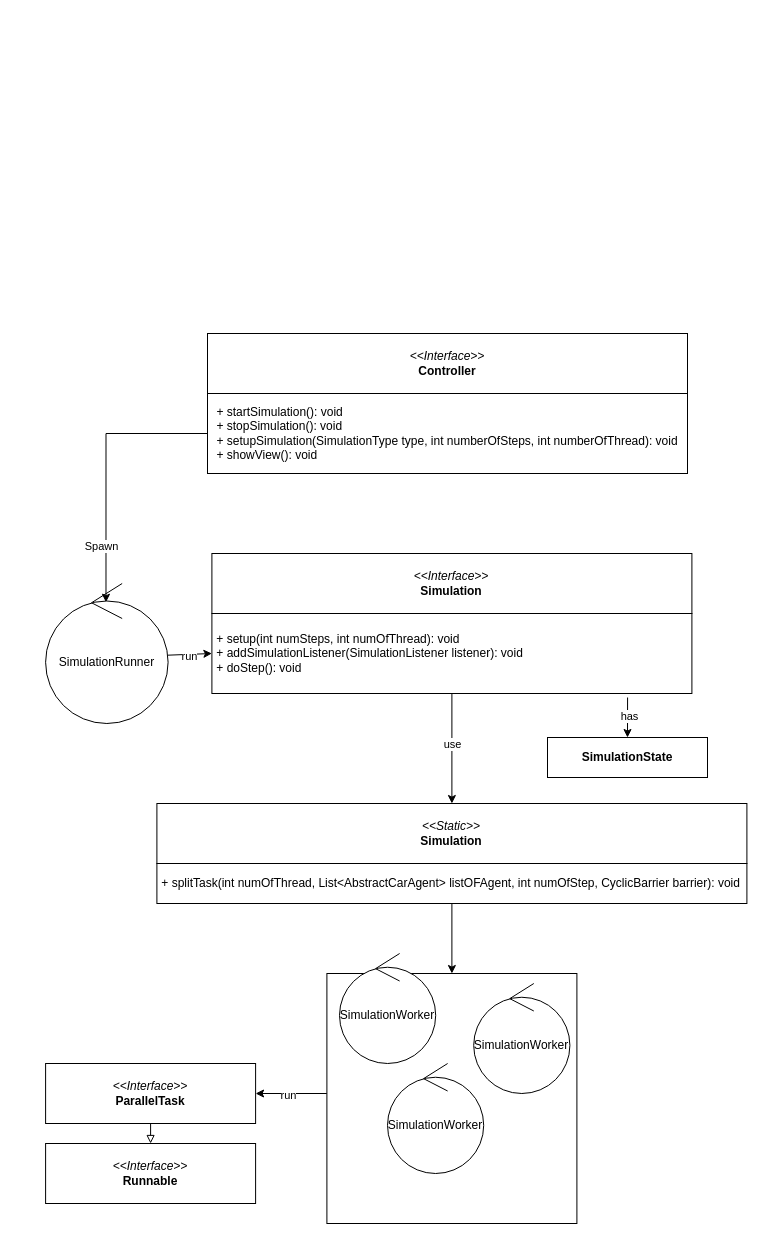
Before: PCD_ASS01.drawio in zucchero-sintattico/PCD-ASS02-23-24, a draw.io diagram. Source tidied: cells renumbered, new cells numbered last; positions are measured from the earlier drawing's top-left corner, leaving out a move shared by most shapes. Both pictures are drawn from the tidied source at 100%, with x=0, y=0 at pixel (45, 333).
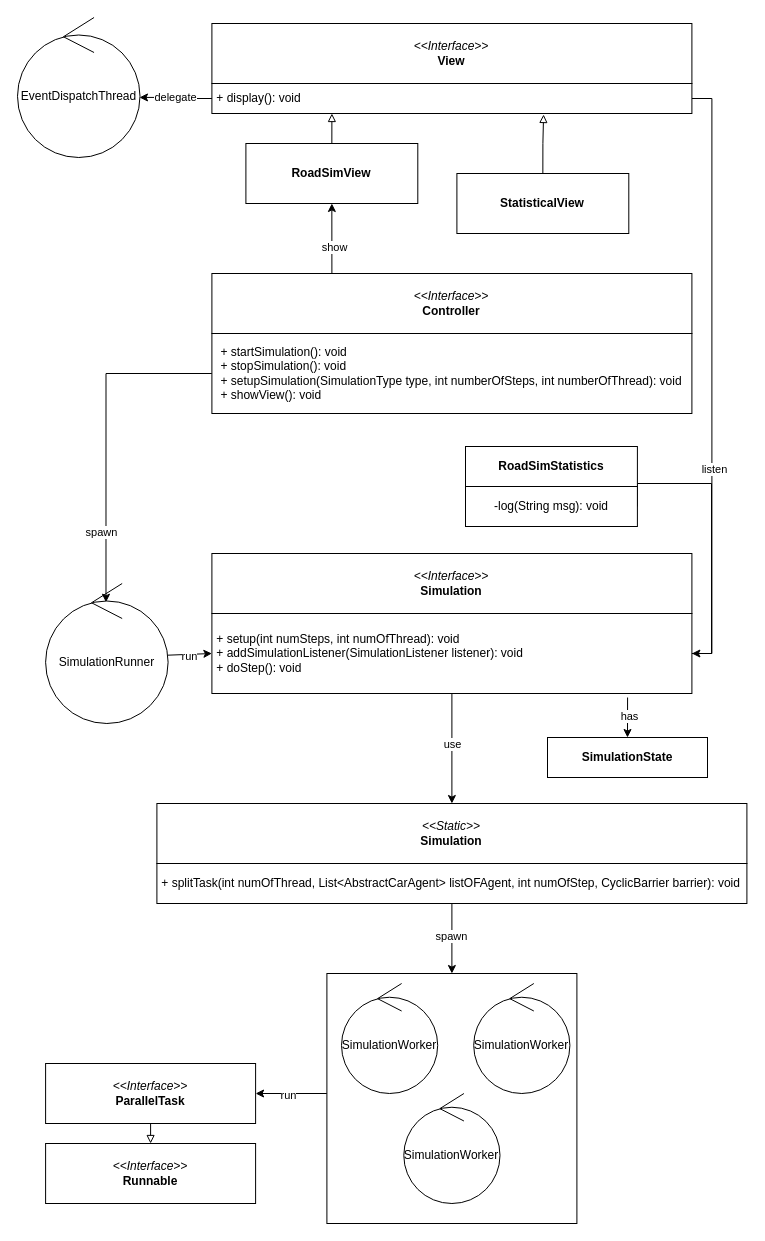
The same diagram, later.

Unchanged cells that the change refers to:
```xml
<mxCell id="3" style="edgeStyle=orthogonalEdgeStyle;rounded=0;jettySize=auto;html=1;entryX=0.493;entryY=0.134;entryDx=0;entryDy=0;entryPerimeter=0;" parent="1" edge="1" source="5" target="6">
  <mxGeometry relative="1" as="geometry" />
</mxCell>
<mxCell id="14" value="&lt;div style=&quot;&quot;&gt;&amp;nbsp;+ setup(int numSteps, int numOfThread): void&lt;br&gt;&lt;/div&gt;&lt;div style=&quot;&quot;&gt;&lt;div style=&quot;&quot;&gt;&amp;nbsp;+ addSimulationListener(SimulationListener listener): void&lt;/div&gt;&lt;div style=&quot;&quot;&gt;&lt;span style=&quot;background-color: initial;&quot;&gt;&amp;nbsp;+ doStep(): void&lt;/span&gt;&lt;br&gt;&lt;/div&gt;&lt;/div&gt;" style="rounded=0;whiteSpace=wrap;html=1;align=left;" parent="1" vertex="1">
  <mxGeometry x="166.4" y="280" width="480" height="80" as="geometry" />
</mxCell>
<mxCell id="17" style="rounded=0;jettySize=auto;html=1;exitX=0.5;exitY=1;exitDx=0;exitDy=0;entryX=0.5;entryY=0;entryDx=0;entryDy=0;" parent="1" edge="1" source="16" target="21">
  <mxGeometry relative="1" as="geometry" />
</mxCell>
```

What changed in the source:
```diff
@@
+    <mxCell id="29" style="edgeStyle=orthogonalEdgeStyle;rounded=0;jettySize=auto;html=1;exitX=0.25;exitY=0;exitDx=0;exitDy=0;entryX=0.5;entryY=1;entryDx=0;entryDy=0;" parent="1" edge="1" source="2" target="37">
+      <mxGeometry relative="1" as="geometry" />
+    </mxCell>
+    <mxCell id="30" value="show" style="edgeLabel;html=1;align=center;verticalAlign=middle;" parent="29" vertex="1">
+      <mxGeometry x="-0.26" y="-2" relative="1" as="geometry" />
+    </mxCell>
     <mxCell id="2" value="&lt;i&gt;&amp;lt;&amp;lt;Interface&amp;gt;&amp;gt;&lt;/i&gt;&lt;div&gt;&lt;b&gt;Controller&lt;/b&gt;&lt;/div&gt;" style="rounded=0;whiteSpace=wrap;html=1;" parent="1" vertex="1">
-      <mxGeometry x="162" width="480" height="60" as="geometry" />
+      <mxGeometry x="166.4" y="-60" width="480" height="60" as="geometry" />
     </mxCell>
@@
-    <mxCell id="4" value="Spawn" style="edgeLabel;html=1;align=center;verticalAlign=middle;" parent="3" vertex="1">
+    <mxCell id="4" value="spawn" style="edgeLabel;html=1;align=center;verticalAlign=middle;" parent="3" vertex="1">
       <mxGeometry x="0.58" y="-5" relative="1" as="geometry" />
     </mxCell>
     <mxCell id="5" value="&lt;div style=&quot;text-align: left;&quot;&gt;+ startSimulation(): void&lt;/div&gt;&lt;div style=&quot;text-align: left;&quot;&gt;+ s&lt;span style=&quot;background-color: initial;&quot;&gt;topSimulation(): void&lt;/span&gt;&lt;/div&gt;&lt;div style=&quot;text-align: left;&quot;&gt;&lt;span style=&quot;background-color: initial;&quot;&gt;+ setupSimulation(SimulationType type, int numberOfSteps, int numberOfThread): void&lt;/span&gt;&lt;/div&gt;&lt;div style=&quot;text-align: left;&quot;&gt;&lt;span style=&quot;background-color: initial;&quot;&gt;+ showView(): void&lt;/span&gt;&lt;/div&gt;" style="rounded=0;whiteSpace=wrap;html=1;" parent="1" vertex="1">
-      <mxGeometry x="162" y="60" width="480" height="80" as="geometry" />
+      <mxGeometry x="166.4" width="480" height="80" as="geometry" />
     </mxCell>
@@
+    <mxCell id="31" value="spawn" style="edgeLabel;html=1;align=center;verticalAlign=middle;" parent="17" vertex="1">
+      <mxGeometry x="-0.09" y="-1" relative="1" as="geometry" />
+    </mxCell>
@@
     <mxCell id="22" value="SimulationWorker" style="ellipse;shape=umlControl;whiteSpace=wrap;html=1;" parent="1" vertex="1">
-      <mxGeometry x="294" y="620" width="96.2" height="110" as="geometry" />
+      <mxGeometry x="296" y="650" width="96.2" height="110" as="geometry" />
     </mxCell>
@@
     <mxCell id="24" value="SimulationWorker" style="ellipse;shape=umlControl;whiteSpace=wrap;html=1;" parent="1" vertex="1">
-      <mxGeometry x="342" y="730" width="96.2" height="110" as="geometry" />
+      <mxGeometry x="358.3" y="760" width="96.2" height="110" as="geometry" />
     </mxCell>
@@
+    <mxCell id="32" value="&lt;i&gt;&amp;lt;&amp;lt;Interface&amp;gt;&amp;gt;&lt;/i&gt;&lt;div&gt;&lt;b&gt;View&lt;/b&gt;&lt;/div&gt;" style="rounded=0;whiteSpace=wrap;html=1;" parent="1" vertex="1">
+      <mxGeometry x="166.4" y="-310" width="480" height="60" as="geometry" />
+    </mxCell>
+    <mxCell id="33" style="edgeStyle=orthogonalEdgeStyle;rounded=0;jettySize=auto;html=1;exitX=1;exitY=0.5;exitDx=0;exitDy=0;entryX=1;entryY=0.5;entryDx=0;entryDy=0;" parent="1" edge="1" source="35" target="14">
+      <mxGeometry relative="1" as="geometry" />
+    </mxCell>
+    <mxCell id="34" value="listen" style="edgeLabel;html=1;align=center;verticalAlign=middle;" parent="33" vertex="1">
+      <mxGeometry x="0.31" y="2" relative="1" as="geometry" />
+    </mxCell>
+    <mxCell id="35" value="&lt;div style=&quot;&quot;&gt;&amp;nbsp;+ display(): void&lt;/div&gt;" style="rounded=0;whiteSpace=wrap;html=1;align=left;" parent="1" vertex="1">
+      <mxGeometry x="166.4" y="-250" width="480" height="30" as="geometry" />
+    </mxCell>
+    <mxCell id="36" style="edgeStyle=orthogonalEdgeStyle;rounded=0;jettySize=auto;html=1;exitX=0.5;exitY=0;exitDx=0;exitDy=0;entryX=0.25;entryY=1;entryDx=0;entryDy=0;endArrow=block;endFill=0;" parent="1" edge="1" source="37" target="35">
+      <mxGeometry relative="1" as="geometry" />
+    </mxCell>
+    <mxCell id="37" value="&lt;b&gt;RoadSimView&lt;/b&gt;" style="rounded=0;whiteSpace=wrap;html=1;" parent="1" vertex="1">
+      <mxGeometry x="200.4" y="-190" width="171.9" height="60" as="geometry" />
+    </mxCell>
+    <mxCell id="38" value="&lt;b&gt;StatisticalView&lt;/b&gt;" style="rounded=0;whiteSpace=wrap;html=1;" parent="1" vertex="1">
+      <mxGeometry x="411.4" y="-160" width="171.9" height="60" as="geometry" />
+    </mxCell>
+    <mxCell id="39" style="edgeStyle=orthogonalEdgeStyle;rounded=0;jettySize=auto;html=1;exitX=0.5;exitY=0;exitDx=0;exitDy=0;entryX=0.691;entryY=1.033;entryDx=0;entryDy=0;endArrow=block;endFill=0;entryPerimeter=0;" parent="1" edge="1" source="38" target="35">
+      <mxGeometry relative="1" as="geometry" />
+    </mxCell>
+    <mxCell id="40" style="edgeStyle=orthogonalEdgeStyle;rounded=0;jettySize=auto;html=1;endArrow=none;endFill=0;entryX=1;entryY=0.5;entryDx=0;entryDy=0;exitX=1;exitY=0.5;exitDx=0;exitDy=0;" parent="1" edge="1" source="42" target="14">
+      <mxGeometry relative="1" as="geometry">
+        <Array as="points">
+          <mxPoint x="592" y="150" />
+          <mxPoint x="666" y="150" />
+          <mxPoint x="666" y="320" />
+        </Array>
+      </mxGeometry>
+    </mxCell>
+    <mxCell id="41" value="&lt;b&gt;RoadSimStatistics&lt;/b&gt;" style="rounded=0;whiteSpace=wrap;html=1;" parent="1" vertex="1">
+      <mxGeometry x="420" y="113" width="171.9" height="40" as="geometry" />
+    </mxCell>
+    <mxCell id="42" value="-log(String msg): void" style="rounded=0;whiteSpace=wrap;html=1;" parent="1" vertex="1">
+      <mxGeometry x="420" y="153" width="171.9" height="40" as="geometry" />
+    </mxCell>
+    <mxCell id="43" value="EventDispatchThread" style="ellipse;shape=umlControl;whiteSpace=wrap;html=1;" parent="1" vertex="1">
+      <mxGeometry x="-28" y="-316" width="122.5" height="140" as="geometry" />
+    </mxCell>
+    <mxCell id="44" style="edgeStyle=orthogonalEdgeStyle;rounded=0;jettySize=auto;html=1;exitX=0;exitY=0.5;exitDx=0;exitDy=0;entryX=0.996;entryY=0.571;entryDx=0;entryDy=0;entryPerimeter=0;" parent="1" edge="1" source="35" target="43">
+      <mxGeometry relative="1" as="geometry" />
+    </mxCell>
+    <mxCell id="45" value="delegate" style="edgeLabel;html=1;align=center;verticalAlign=middle;" parent="44" vertex="1">
+      <mxGeometry x="0.05" relative="1" as="geometry">
+        <mxPoint x="1" as="offset" />
+      </mxGeometry>
+    </mxCell>
```
